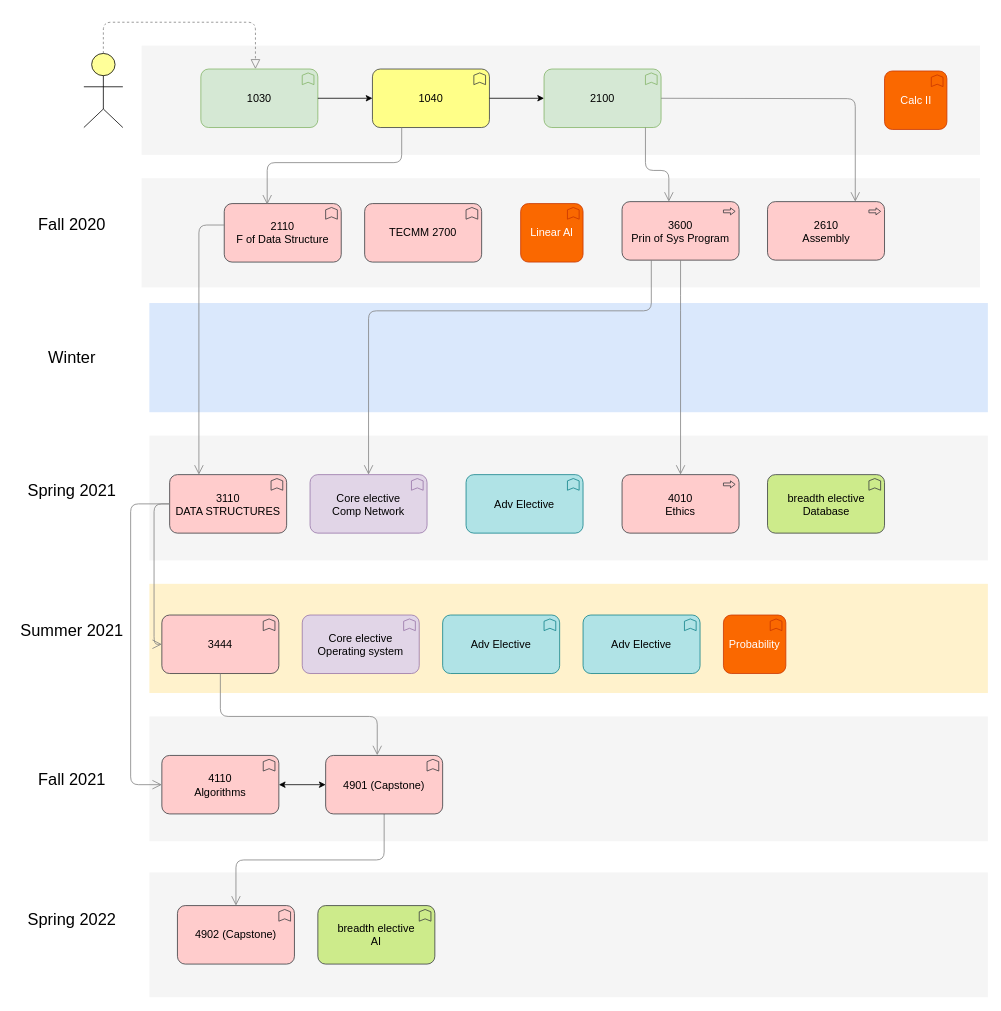
Before: Untitled Diagram.drawio in Bishnutimalsina/CS_, a draw.io diagram. Source tidied: cells renumbered, new cells numbered last; positions are measured from the earlier drawing's top-left corner, leaving out a move shared by most shapes. Both pictures are drawn from the tidied source at 78%, with x=0, y=0 at pixel (13, 22).
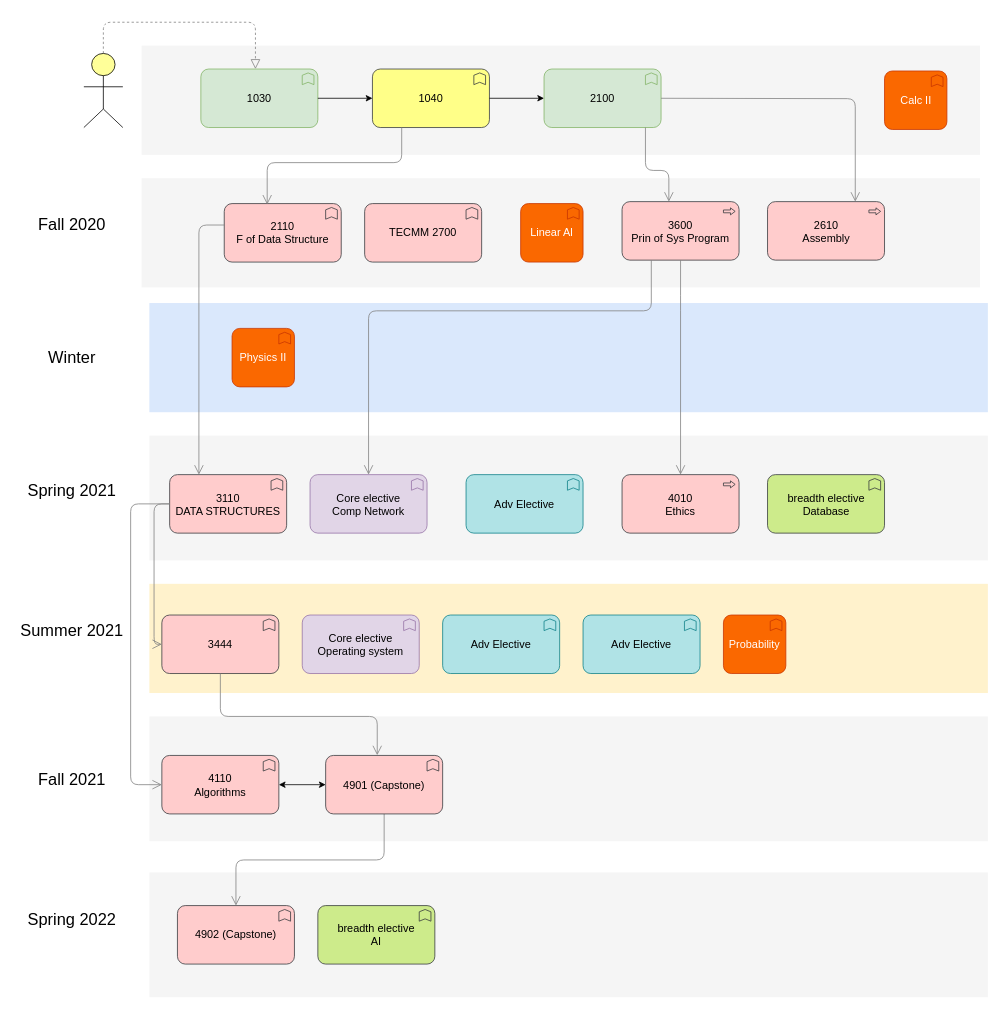
Above is the later version.

Change to the diagram source:
```diff
@@
+    <mxCell id="53" value="Physics II" style="html=1;whiteSpace=wrap;fillColor=#fa6800;shape=mxgraph.archimate3.application;appType=func;archiType=rounded;fontSize=14;strokeColor=#C73500;fontColor=#ffffff;" parent="1" vertex="1">
+      <mxGeometry x="280" y="392.5" width="80" height="75" as="geometry" />
+    </mxCell>
```
